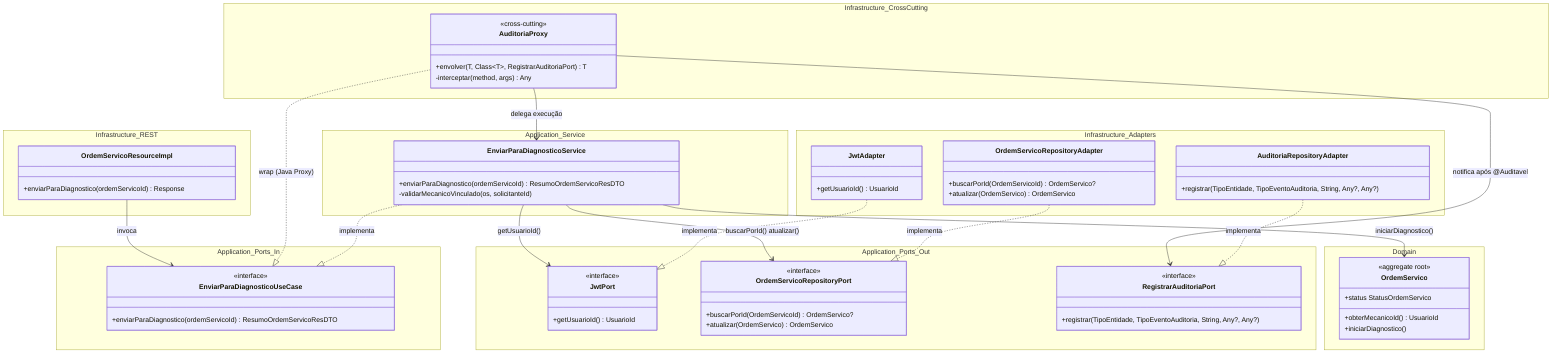
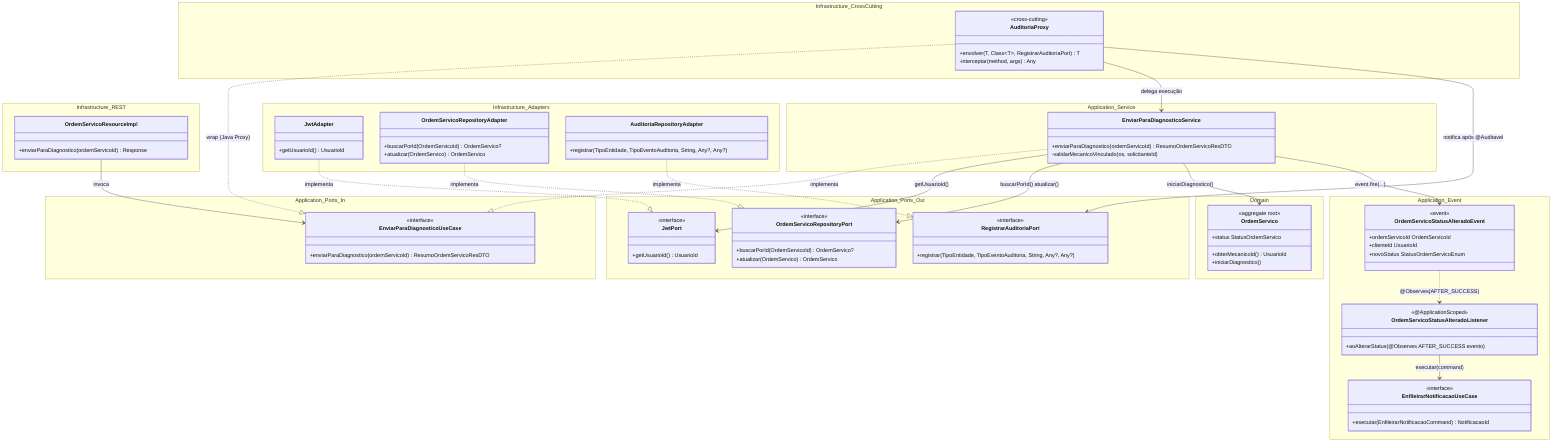
classDiagram
    direction TB

    namespace Infrastructure_REST {
        class OrdemServicoResourceImpl {
            +enviarParaDiagnostico(ordemServicoId) Response
        }
    }

    namespace Infrastructure_CrossCutting {
        class AuditoriaProxy {
            <<cross-cutting>>
            +envolver(T, Class~T~, RegistrarAuditoriaPort) T
            -interceptar(method, args) Any
        }
    }

    namespace Application_Ports_In {
        class EnviarParaDiagnosticoUseCase {
            <<interface>>
            +enviarParaDiagnostico(ordemServicoId) ResumoOrdemServicoResDTO
        }
    }

    namespace Application_Service {
        class EnviarParaDiagnosticoService {
            +enviarParaDiagnostico(ordemServicoId) ResumoOrdemServicoResDTO
            -validarMecanicoVinculado(os, solicitanteId)
        }
    }

    namespace Application_Ports_Out {
        class JwtPort {
            <<interface>>
            +getUsuarioId() UsuarioId
        }
        class OrdemServicoRepositoryPort {
            <<interface>>
            +buscarPorId(OrdemServicoId) OrdemServico?
            +atualizar(OrdemServico) OrdemServico
        }
        class RegistrarAuditoriaPort {
            <<interface>>
            +registrar(TipoEntidade, TipoEventoAuditoria, String, Any?, Any?)
        }
    }

+     namespace Application_Event {
+         class OrdemServicoStatusAlteradoEvent {
+             <<event>>
+             +ordemServicoId OrdemServicoId
+             +clienteId UsuarioId
+             +novoStatus StatusOrdemServicoEnum
+         }
+         class OrdemServicoStatusAlteradoListener {
+             <<@ApplicationScoped>>
+             +aoAlterarStatus(@Observes AFTER_SUCCESS evento)
+         }
+         class EnfileirarNotificacaoUseCase {
+             <<interface>>
+             +executar(EnfileirarNotificacaoCommand) NotificacaoId
+         }
+     }
+ 
    namespace Domain {
        class OrdemServico {
            <<aggregate root>>
            +status StatusOrdemServico
            +obterMecanicoId() UsuarioId
            +iniciarDiagnostico()
        }
    }

    namespace Infrastructure_Adapters {
        class JwtAdapter {
            +getUsuarioId() UsuarioId
        }
        class OrdemServicoRepositoryAdapter {
            +buscarPorId(OrdemServicoId) OrdemServico?
            +atualizar(OrdemServico) OrdemServico
        }
        class AuditoriaRepositoryAdapter {
            +registrar(TipoEntidade, TipoEventoAuditoria, String, Any?, Any?)
        }
    }

    OrdemServicoResourceImpl --> EnviarParaDiagnosticoUseCase : invoca

    AuditoriaProxy ..|> EnviarParaDiagnosticoUseCase : wrap (Java Proxy)
    AuditoriaProxy --> EnviarParaDiagnosticoService : delega execução
    AuditoriaProxy --> RegistrarAuditoriaPort : notifica após @Auditavel

    EnviarParaDiagnosticoService ..|> EnviarParaDiagnosticoUseCase : implementa
    EnviarParaDiagnosticoService --> JwtPort : getUsuarioId()
    EnviarParaDiagnosticoService --> OrdemServicoRepositoryPort : buscarPorId() atualizar()
    EnviarParaDiagnosticoService --> OrdemServico : iniciarDiagnostico()
+     EnviarParaDiagnosticoService --> OrdemServicoStatusAlteradoEvent : event.fire(...)
+ 
+     OrdemServicoStatusAlteradoEvent ..> OrdemServicoStatusAlteradoListener : @Observes(AFTER_SUCCESS)
+     OrdemServicoStatusAlteradoListener --> EnfileirarNotificacaoUseCase : executar(command)

    JwtAdapter ..|> JwtPort : implementa
    OrdemServicoRepositoryAdapter ..|> OrdemServicoRepositoryPort : implementa
    AuditoriaRepositoryAdapter ..|> RegistrarAuditoriaPort : implementa
